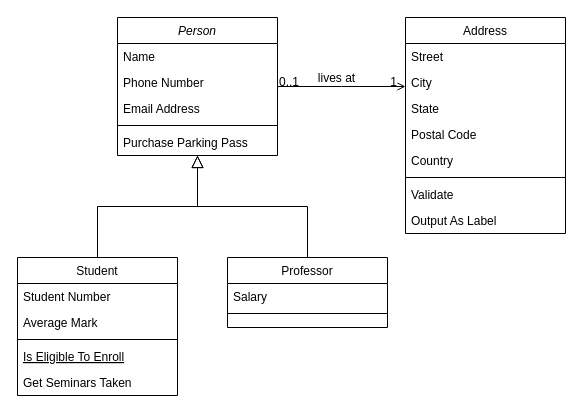
This is Untitled Diagram.drawio from Glen96/Proyecto_Registro_estudiantes, a draw.io file, before an edit. Source tidied: cells renumbered, new cells numbered last; positions are measured from the earlier drawing's top-left corner, leaving out a move shared by most shapes. Both pictures are drawn from the tidied source at 100%, with x=0, y=0 at pixel (17, 17).
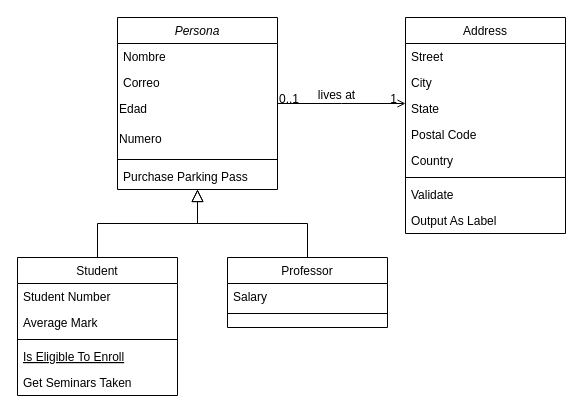
After the change.

Commit message:
Diagrama de Clases

What changed in the source:
```diff
@@
-    <mxCell id="2" value="Person" style="swimlane;fontStyle=2;align=center;verticalAlign=top;horizontal=1;startSize=26;rounded=0;shadow=0;strokeWidth=1;" parent="1" vertex="1">
-      <mxGeometry x="100" width="160" height="138" as="geometry" />
+    <mxCell id="2" value="Persona" style="swimlane;fontStyle=2;align=center;verticalAlign=top;horizontal=1;startSize=26;rounded=0;shadow=0;strokeWidth=1;" parent="1" vertex="1">
+      <mxGeometry x="100" width="160" height="172" as="geometry" />
     </mxCell>
-    <mxCell id="3" value="Name" style="text;align=left;verticalAlign=top;spacingLeft=4;spacingRight=4;overflow=hidden;" parent="2" vertex="1">
+    <mxCell id="3" value="Nombre  " style="text;align=left;verticalAlign=top;spacingLeft=4;spacingRight=4;overflow=hidden;" parent="2" vertex="1">
       <mxGeometry y="26" width="160" height="26" as="geometry" />
     </mxCell>
-    <mxCell id="4" value="Phone Number" style="text;align=left;verticalAlign=top;spacingLeft=4;spacingRight=4;overflow=hidden;rounded=0;shadow=0;html=0;" parent="2" vertex="1">
-      <mxGeometry y="52" width="160" height="26" as="geometry" />
-    </mxCell>
-    <mxCell id="5" value="Email Address" style="text;align=left;verticalAlign=top;spacingLeft=4;spacingRight=4;overflow=hidden;rounded=0;shadow=0;html=0;" parent="2" vertex="1">
-      <mxGeometry y="78" width="160" height="26" as="geometry" />
+    <mxCell id="5" value="Correo" style="text;align=left;verticalAlign=top;spacingLeft=4;spacingRight=4;overflow=hidden;rounded=0;shadow=0;html=0;" parent="2" vertex="1">
+      <mxGeometry y="52" width="160" height="26" as="geometry" />
     </mxCell>
+    <mxCell id="32" value="Edad" style="text;html=1;strokeColor=none;fillColor=none;align=left;verticalAlign=top;whiteSpace=wrap;rounded=0;" parent="2" vertex="1">
+      <mxGeometry y="78" width="160" height="30" as="geometry" />
+    </mxCell>
+    <mxCell id="33" value="Numero" style="text;html=1;strokeColor=none;fillColor=none;align=left;verticalAlign=top;whiteSpace=wrap;rounded=0;" parent="2" vertex="1">
+      <mxGeometry y="108" width="160" height="30" as="geometry" />
+    </mxCell>
     <mxCell id="6" style="line;html=1;strokeWidth=1;align=left;verticalAlign=middle;spacingTop=-1;spacingLeft=3;spacingRight=3;labelPosition=right;" parent="2" vertex="1">
-      <mxGeometry y="104" width="160" height="8" as="geometry" />
+      <mxGeometry y="138" width="160" height="8" as="geometry" />
     </mxCell>
     <mxCell id="7" value="Purchase Parking Pass" style="text;align=left;verticalAlign=top;spacingLeft=4;spacingRight=4;overflow=hidden;" parent="2" vertex="1">
-      <mxGeometry y="112" width="160" height="26" as="geometry" />
+      <mxGeometry y="146" width="160" height="26" as="geometry" />
     </mxCell>
```
